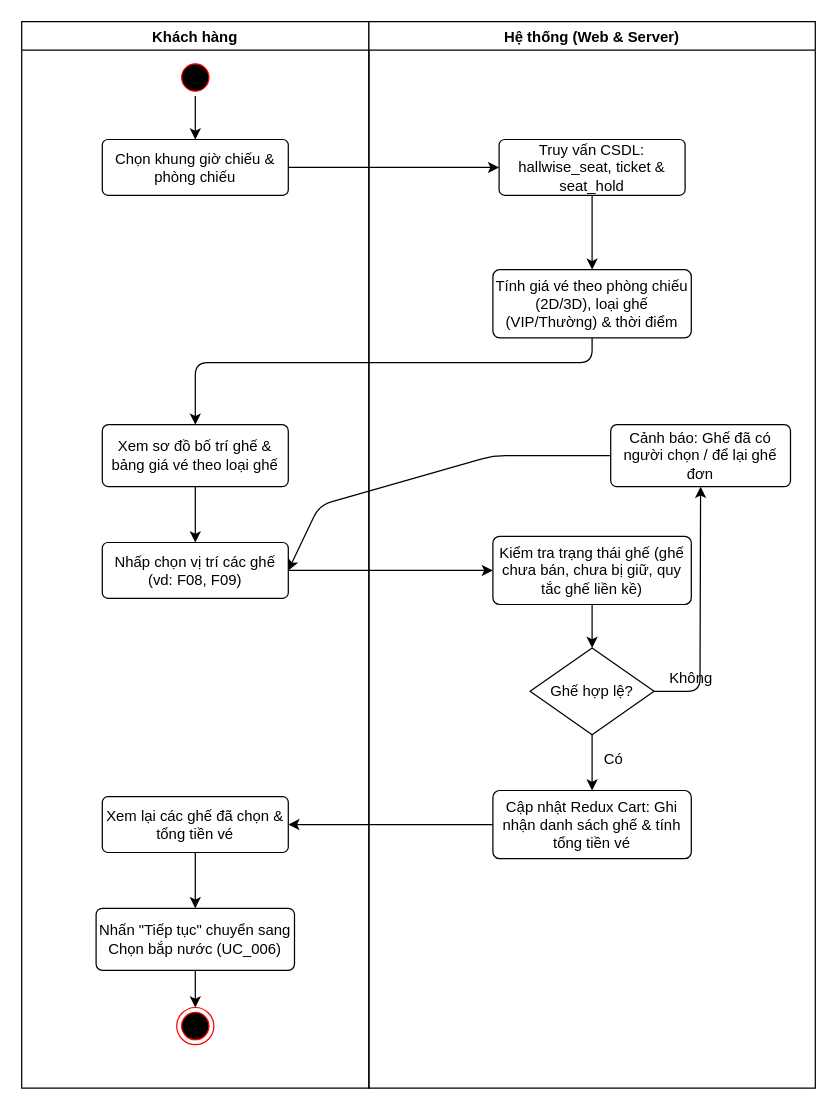
Before: diagrams/AD_UC005_DatVeChonGhe.drawio in nhnamdev/movie-booking, a draw.io diagram. Source tidied: cells renumbered, new cells numbered last; positions are measured from the earlier drawing's top-left corner, leaving out a move shared by most shapes. Both pictures are drawn from the tidied source at 124%, with x=0, y=0 at pixel (21, 21).
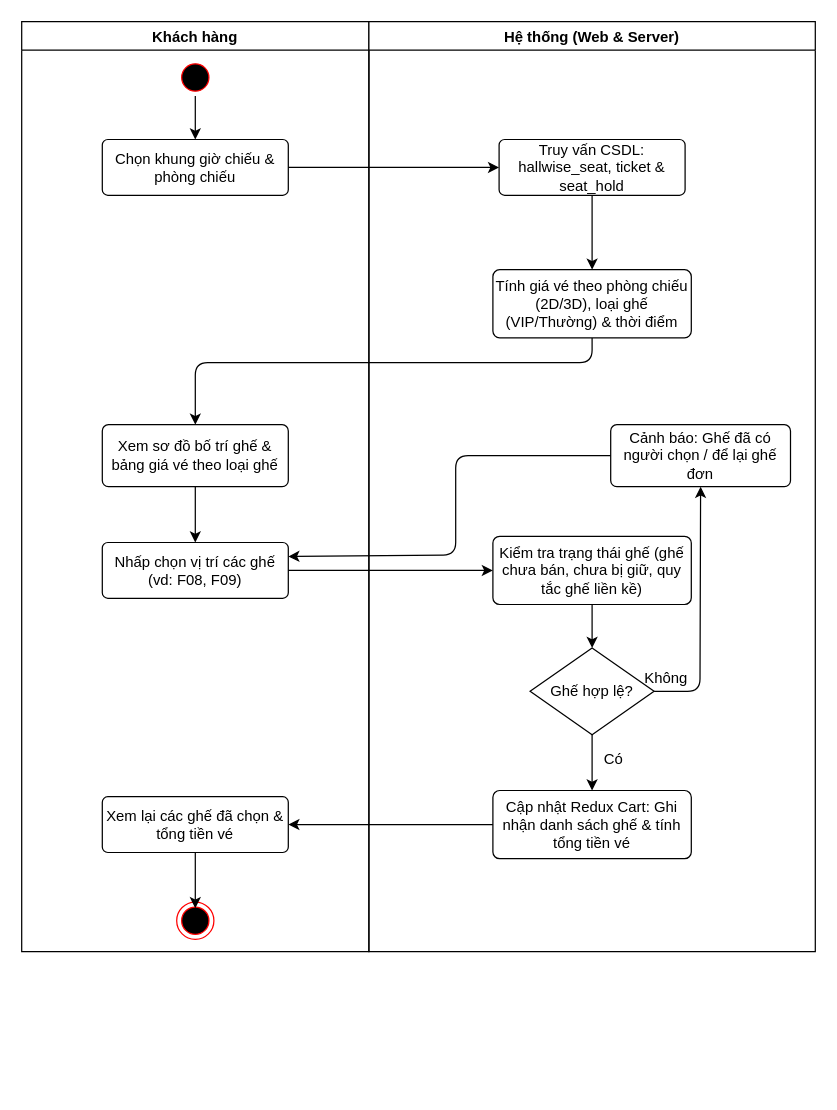
Above is the later version.

The change refers to these unchanged cells:
```xml
<mxCell id="6" value="Nhấp chọn vị trí các ghế (vd: F08, F09)" style="rounded=1;arcSize=10;whiteSpace=wrap;html=1;align=center;" parent="2" vertex="1">
  <mxGeometry x="65" y="420" width="150" height="45" as="geometry" />
</mxCell>
<mxCell id="7" value="Xem lại các ghế đã chọn &amp; tổng tiền vé" style="rounded=1;arcSize=10;whiteSpace=wrap;html=1;align=center;" parent="2" vertex="1">
  <mxGeometry x="65" y="625" width="150" height="45" as="geometry" />
</mxCell>
<mxCell id="19" value="Cảnh báo: Ghế đã có người chọn / để lại ghế đơn" style="rounded=1;arcSize=10;whiteSpace=wrap;html=1;align=center;" parent="14" vertex="1">
  <mxGeometry x="195" y="325" width="145" height="50" as="geometry" />
</mxCell>
```

The edit, as a diff of the source:
```diff
@@
     <mxCell id="2" value="Khách hàng" style="swimlane;" parent="1" vertex="1">
-      <mxGeometry width="280" height="860" as="geometry" />
+      <mxGeometry width="280" height="750" as="geometry" />
     </mxCell>
@@
-    <mxCell id="8" value="Nhấn &quot;Tiếp tục&quot; chuyển sang Chọn bắp nước (UC_006)" style="rounded=1;arcSize=10;whiteSpace=wrap;html=1;align=center;" parent="2" vertex="1">
-      <mxGeometry x="60" y="715" width="160" height="50" as="geometry" />
-    </mxCell>
     <mxCell id="9" style="ellipse;html=1;shape=endState;fillColor=#000000;strokeColor=#ff0000;" parent="2" vertex="1">
-      <mxGeometry x="125" y="795" width="30" height="30" as="geometry" />
+      <mxGeometry x="125" y="710" width="30" height="30" as="geometry" />
     </mxCell>
@@
-    <mxCell id="12" style="endArrow=classic;html=1;rounded=0;" parent="2" edge="1" source="7" target="8">
-      <mxGeometry relative="1" as="geometry" />
+    <mxCell id="12" style="endArrow=classic;html=1;rounded=0;" parent="2" edge="1" source="7">
+      <mxGeometry relative="1" as="geometry">
+        <mxPoint x="140" y="715" as="targetPoint" />
+      </mxGeometry>
     </mxCell>
-    <mxCell id="13" style="endArrow=classic;html=1;rounded=0;" parent="2" edge="1" source="8" target="9">
-      <mxGeometry relative="1" as="geometry" />
-    </mxCell>
     <mxCell id="14" value="Hệ thống (Web &amp; Server)" style="swimlane;startSize=23;" parent="1" vertex="1">
-      <mxGeometry x="280" width="360" height="860" as="geometry" />
+      <mxGeometry x="280" width="360" height="750" as="geometry" />
     </mxCell>
@@
     <mxCell id="26" value="Không" style="text;html=1;whiteSpace=wrap;strokeColor=none;fillColor=none;align=center;verticalAlign=middle;rounded=0;" parent="14" vertex="1">
-      <mxGeometry x="240" y="520" width="40" height="20" as="geometry" />
+      <mxGeometry x="220" y="520" width="40" height="20" as="geometry" />
     </mxCell>
@@
-    <mxCell id="30" style="endArrow=classic;html=1;rounded=1;curved=0;exitX=0;exitY=0.5;exitDx=0;exitDy=0;entryX=1;entryY=0.5;entryDx=0;entryDy=0;" parent="1" edge="1" source="19" target="6">
+    <mxCell id="30" style="endArrow=classic;html=1;rounded=1;curved=0;exitX=0;exitY=0.5;exitDx=0;exitDy=0;entryX=1;entryY=0.25;entryDx=0;entryDy=0;" parent="1" edge="1" source="19" target="6">
       <mxGeometry relative="1" as="geometry">
         <Array as="points">
-          <mxPoint x="380" y="350" />
-          <mxPoint x="240" y="390" />
+          <mxPoint x="350" y="350" />
+          <mxPoint x="350" y="430" />
         </Array>
       </mxGeometry>
     </mxCell>
```
